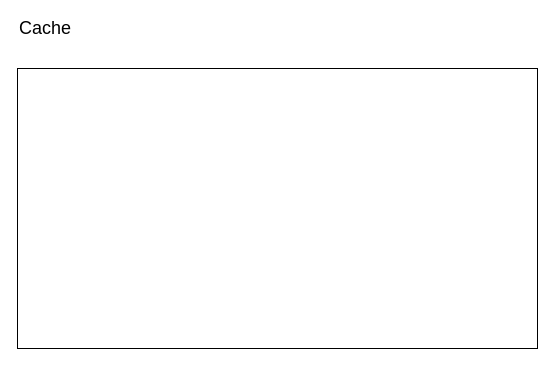
Before: page "Page-1" (1 of 2) of ECS_2/What_is_ECS_part_2.drawio in PaperPrototype/flowchart-diagrams, a draw.io diagram. Source tidied: cells renumbered, new cells numbered last; positions are measured from the earlier drawing's top-left corner, leaving out a move shared by most shapes. Both pictures are drawn from the tidied source at 100%, with x=0, y=0 at pixel (17, 18).
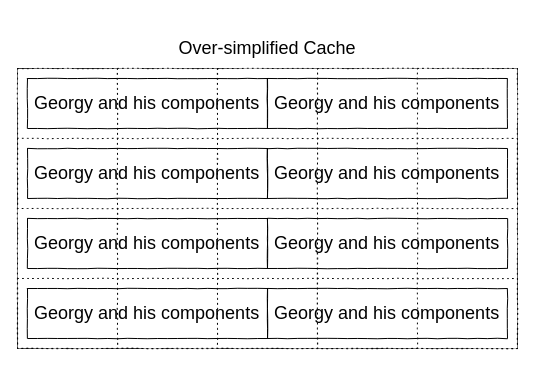
Above is the later version.

Change to the diagram source:
```diff
@@
 <mxGraphModel>
   <root>
     <mxCell id="0" />
     <mxCell id="1" parent="0" />
     <mxCell id="2" style="rounded=0;whiteSpace=wrap;html=1;" parent="1" vertex="1">
-      <mxGeometry y="50" width="520" height="280" as="geometry" />
+      <mxGeometry y="50" width="500" height="280" as="geometry" />
     </mxCell>
-    <mxCell id="3" value="Cache" style="text;html=1;strokeColor=none;fillColor=none;align=left;verticalAlign=middle;whiteSpace=wrap;rounded=0;fontSize=18;" parent="1" vertex="1">
-      <mxGeometry width="70" height="20" as="geometry" />
+    <mxCell id="3" value="Over-simplified Cache" style="text;html=1;strokeColor=none;fillColor=none;align=center;verticalAlign=middle;whiteSpace=wrap;rounded=0;fontSize=18;" parent="1" vertex="1">
+      <mxGeometry x="65" y="20" width="370" height="20" as="geometry" />
     </mxCell>
+    <mxCell id="4" style="rounded=0;whiteSpace=wrap;html=1;comic=1;jiggle=0.5;fontSize=18;align=left;dashed=1;dashPattern=1 4;" parent="1" vertex="1">
+      <mxGeometry y="50" width="100" height="280" as="geometry" />
+    </mxCell>
+    <mxCell id="5" style="rounded=0;whiteSpace=wrap;html=1;comic=1;jiggle=0.5;fontSize=18;align=left;dashed=1;dashPattern=1 4;" parent="1" vertex="1">
+      <mxGeometry x="100" y="50" width="100" height="280" as="geometry" />
+    </mxCell>
+    <mxCell id="6" style="rounded=0;whiteSpace=wrap;html=1;comic=1;jiggle=0.5;fontSize=18;align=left;dashed=1;dashPattern=1 4;" parent="1" vertex="1">
+      <mxGeometry x="200" y="50" width="100" height="280" as="geometry" />
+    </mxCell>
+    <mxCell id="7" style="rounded=0;whiteSpace=wrap;html=1;comic=1;jiggle=0.5;fontSize=18;align=left;dashed=1;dashPattern=1 4;" parent="1" vertex="1">
+      <mxGeometry x="300" y="50" width="110" height="280" as="geometry" />
+    </mxCell>
+    <mxCell id="8" style="rounded=0;whiteSpace=wrap;html=1;comic=1;jiggle=0.5;fontSize=18;align=left;dashed=1;dashPattern=1 4;" parent="1" vertex="1">
+      <mxGeometry x="400" y="50" width="100" height="280" as="geometry" />
+    </mxCell>
+    <mxCell id="9" style="rounded=0;whiteSpace=wrap;html=1;comic=1;jiggle=0.5;fontSize=18;align=left;dashed=1;dashPattern=1 4;fillColor=none;" parent="1" vertex="1">
+      <mxGeometry y="260" width="500" height="70" as="geometry" />
+    </mxCell>
+    <mxCell id="10" style="rounded=0;whiteSpace=wrap;html=1;comic=1;jiggle=0.5;fontSize=18;align=left;dashed=1;dashPattern=1 4;fillColor=none;" parent="1" vertex="1">
+      <mxGeometry y="120" width="500" height="70" as="geometry" />
+    </mxCell>
+    <mxCell id="11" value="&amp;nbsp;Georgy and his components" style="rounded=0;whiteSpace=wrap;html=1;comic=1;jiggle=0.5;fillColor=none;fontFamily=Helvetica;fontSize=18;align=left;" parent="1" vertex="1">
+      <mxGeometry x="10" y="60" width="240" height="50" as="geometry" />
+    </mxCell>
+    <mxCell id="12" value="&amp;nbsp;Georgy and his components" style="rounded=0;whiteSpace=wrap;html=1;comic=1;jiggle=0.5;fillColor=none;fontFamily=Helvetica;fontSize=18;align=left;" parent="1" vertex="1">
+      <mxGeometry x="250" y="60" width="240" height="50" as="geometry" />
+    </mxCell>
+    <mxCell id="13" value="&amp;nbsp;Georgy and his components" style="rounded=0;whiteSpace=wrap;html=1;comic=1;jiggle=0.5;fillColor=none;fontFamily=Helvetica;fontSize=18;align=left;" parent="1" vertex="1">
+      <mxGeometry x="10" y="130" width="240" height="50" as="geometry" />
+    </mxCell>
+    <mxCell id="14" value="&amp;nbsp;Georgy and his components" style="rounded=0;whiteSpace=wrap;html=1;comic=1;jiggle=0.5;fillColor=none;fontFamily=Helvetica;fontSize=18;align=left;" parent="1" vertex="1">
+      <mxGeometry x="250" y="130" width="240" height="50" as="geometry" />
+    </mxCell>
+    <mxCell id="15" value="&amp;nbsp;Georgy and his components" style="rounded=0;whiteSpace=wrap;html=1;comic=1;jiggle=0.5;fillColor=none;fontFamily=Helvetica;fontSize=18;align=left;" parent="1" vertex="1">
+      <mxGeometry x="10" y="200" width="240" height="50" as="geometry" />
+    </mxCell>
+    <mxCell id="16" value="&amp;nbsp;Georgy and his components" style="rounded=0;whiteSpace=wrap;html=1;comic=1;jiggle=0.5;fillColor=none;fontFamily=Helvetica;fontSize=18;align=left;" parent="1" vertex="1">
+      <mxGeometry x="250" y="200" width="240" height="50" as="geometry" />
+    </mxCell>
+    <mxCell id="17" value="&amp;nbsp;Georgy and his components" style="rounded=0;whiteSpace=wrap;html=1;comic=1;jiggle=0.5;fillColor=none;fontFamily=Helvetica;fontSize=18;align=left;" parent="1" vertex="1">
+      <mxGeometry x="10" y="270" width="240" height="50" as="geometry" />
+    </mxCell>
+    <mxCell id="18" value="&amp;nbsp;Georgy and his components" style="rounded=0;whiteSpace=wrap;html=1;comic=1;jiggle=0.5;fillColor=none;fontFamily=Helvetica;fontSize=18;align=left;" parent="1" vertex="1">
+      <mxGeometry x="250" y="270" width="240" height="50" as="geometry" />
+    </mxCell>
   </root>
 </mxGraphModel>
```
